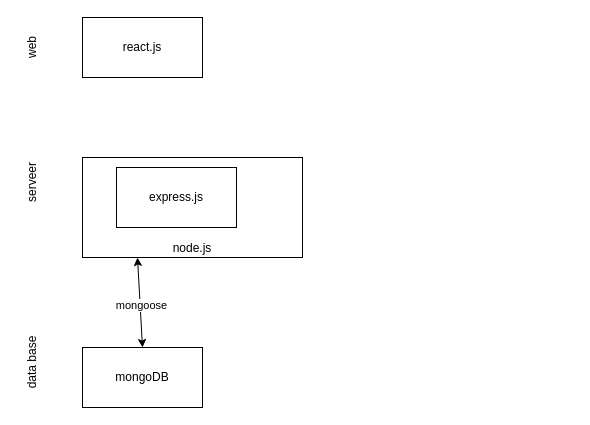
Above: architecture.drawio in ganhao88688/Mern (draw.io), before the change. Source tidied: cells renumbered, new cells numbered last; positions are measured from the earlier drawing's top-left corner, leaving out a move shared by most shapes. Both pictures are drawn from the tidied source at 100%, with x=0, y=0 at pixel (2, 17).
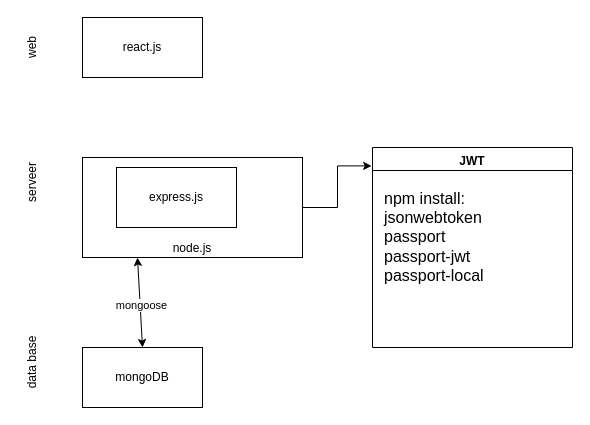
The same diagram, later.

The edit, as a diff of the source:
```diff
@@
 <mxGraphModel>
   <root>
     <mxCell id="0" />
     <mxCell id="1" parent="0" />
     <mxCell id="2" value="mongoDB" style="rounded=0;whiteSpace=wrap;html=1;" parent="1" vertex="1">
       <mxGeometry x="80" y="330" width="120" height="60" as="geometry" />
     </mxCell>
     <mxCell id="3" value="react.js" style="rounded=0;whiteSpace=wrap;html=1;" parent="1" vertex="1">
       <mxGeometry x="80" width="120" height="60" as="geometry" />
     </mxCell>
     <mxCell id="4" value="node.js" style="rounded=0;whiteSpace=wrap;html=1;verticalAlign=bottom;" parent="1" vertex="1">
       <mxGeometry x="80" y="140" width="220" height="100" as="geometry" />
     </mxCell>
     <mxCell id="5" style="endArrow=classic;startArrow=classic;html=1;rounded=0;exitX=0.5;exitY=0;exitDx=0;exitDy=0;entryX=0.25;entryY=1;entryDx=0;entryDy=0;" parent="1" edge="1" source="2" target="4">
       <mxGeometry relative="1" as="geometry" />
     </mxCell>
     <mxCell id="6" value="mongoose" style="edgeLabel;html=1;align=center;verticalAlign=middle;" parent="5" vertex="1">
       <mxGeometry x="-0.04" y="-1" relative="1" as="geometry" />
     </mxCell>
     <mxCell id="7" value="express.js" style="rounded=0;whiteSpace=wrap;html=1;" parent="1" vertex="1">
       <mxGeometry x="114" y="150" width="120" height="60" as="geometry" />
     </mxCell>
     <mxCell id="8" value="web" style="text;html=1;align=center;verticalAlign=middle;whiteSpace=wrap;rounded=0;rotation=-90;" parent="1" vertex="1">
       <mxGeometry y="15" width="60" height="30" as="geometry" />
     </mxCell>
     <mxCell id="9" value="serveer" style="text;html=1;align=center;verticalAlign=middle;whiteSpace=wrap;rounded=0;rotation=-90;" parent="1" vertex="1">
       <mxGeometry y="150" width="60" height="30" as="geometry" />
     </mxCell>
     <mxCell id="10" value="data base" style="text;html=1;align=center;verticalAlign=middle;whiteSpace=wrap;rounded=0;rotation=-90;" parent="1" vertex="1">
       <mxGeometry y="330" width="60" height="30" as="geometry" />
     </mxCell>
+    <mxCell id="11" value="JWT" style="swimlane;whiteSpace=wrap;html=1;swimlaneFillColor=default;verticalAlign=top;" parent="1" vertex="1">
+      <mxGeometry x="370" y="130" width="200" height="200" as="geometry" />
+    </mxCell>
+    <mxCell id="12" value="&lt;div&gt;npm install:&lt;/div&gt;jsonwebtoken&amp;nbsp;&lt;div style=&quot;font-size: 16px;&quot;&gt;passport&lt;/div&gt;&lt;div style=&quot;font-size: 16px;&quot;&gt;passport-jwt&lt;/div&gt;&lt;div style=&quot;font-size: 16px;&quot;&gt;passport-local&lt;/div&gt;" style="text;html=1;align=left;verticalAlign=top;whiteSpace=wrap;rounded=0;fontSize=16;" parent="11" vertex="1">
+      <mxGeometry x="10" y="35" width="180" height="155" as="geometry" />
+    </mxCell>
+    <mxCell id="13" style="edgeStyle=orthogonalEdgeStyle;rounded=0;jettySize=auto;html=1;entryX=-0.004;entryY=0.092;entryDx=0;entryDy=0;entryPerimeter=0;" parent="1" edge="1" source="4" target="11">
+      <mxGeometry relative="1" as="geometry" />
+    </mxCell>
   </root>
 </mxGraphModel>
```
